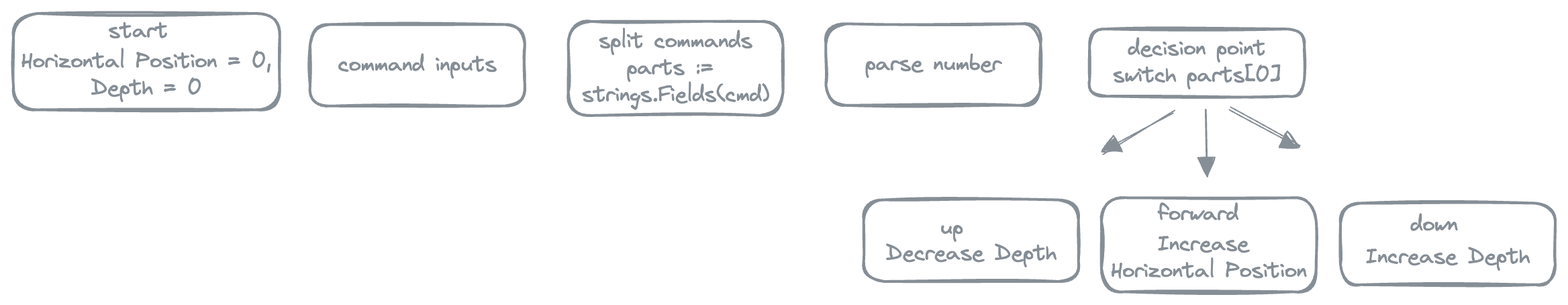
aztfmods/go-advents keeps this Excalidraw diagram as coordinates-dive/Untitled-2023-12-25-0955.png. Above is the earlier version. Source tidied: one line per element, renumbered; positions are measured from the earlier drawing's top-left corner, leaving out a move shared by most shapes. Its diagram source:
```json
{"id": 0, "type": "rectangle", "strokeColor": "#868e96", "strokeWidth": 2, "roughness": 1, "round": true, "x": 0, "y": 0, "width": 198, "height": 72}
{"id": 1, "type": "text", "text": "\nHorizontal Position = 0,\nDepth = 0", "strokeColor": "#868e96", "strokeWidth": 2, "roughness": 1, "fontSize": 16, "fontFamily": 1, "textAlign": "center", "verticalAlign": "middle", "inside": 0, "x": 6, "y": 6, "width": 187, "height": 60}
{"id": 2, "type": "rectangle", "strokeColor": "#868e96", "strokeWidth": 2, "roughness": 1, "round": true, "x": 221, "y": 8, "width": 160, "height": 61}
{"id": 3, "type": "text", "text": "command inputs", "strokeColor": "#868e96", "strokeWidth": 2, "roughness": 1, "fontSize": 16, "fontFamily": 1, "textAlign": "center", "verticalAlign": "middle", "inside": 2, "x": 242, "y": 29, "width": 118, "height": 20}
{"id": 4, "type": "rectangle", "strokeColor": "#868e96", "strokeWidth": 2, "roughness": 1, "round": true, "x": 413, "y": 6, "width": 160, "height": 70}
{"id": 5, "type": "text", "text": "split commands\nparts := \nstrings.Fields(cmd)", "strokeColor": "#868e96", "strokeWidth": 2, "roughness": 1, "fontSize": 16, "fontFamily": 1, "textAlign": "center", "verticalAlign": "middle", "inside": 4, "x": 424, "y": 11, "width": 139, "height": 60}
{"id": 6, "type": "rectangle", "strokeColor": "#868e96", "strokeWidth": 2, "roughness": 1, "round": true, "x": 605, "y": 8, "width": 160, "height": 61}
{"id": 7, "type": "text", "text": "parse number", "strokeColor": "#868e96", "strokeWidth": 2, "roughness": 1, "fontSize": 16, "fontFamily": 1, "textAlign": "center", "verticalAlign": "middle", "inside": 6, "x": 635, "y": 28, "width": 101, "height": 20}
{"id": 8, "type": "rectangle", "strokeColor": "#868e96", "strokeWidth": 2, "roughness": 1, "round": true, "x": 802, "y": 12, "width": 160, "height": 50}
{"id": 9, "type": "text", "text": "decision point\nswitch parts[0]", "strokeColor": "#868e96", "strokeWidth": 2, "roughness": 1, "fontSize": 16, "fontFamily": 1, "textAlign": "center", "verticalAlign": "middle", "inside": 8, "x": 819, "y": 17, "width": 125, "height": 40}
{"id": 10, "type": "arrow", "strokeColor": "#868e96", "strokeWidth": 1, "roughness": 1, "endArrowhead": "triangle", "round": true, "from": 8, "x": 906, "y": 71, "width": 52, "height": 28, "points": [[0, 0], [52, 28]]}
{"id": 11, "type": "arrow", "strokeColor": "#868e96", "strokeWidth": 1, "roughness": 1, "endArrowhead": "triangle", "round": true, "from": 8, "to": 12, "x": 888, "y": 71, "width": 1, "height": 50, "points": [[0, 0], [1, 50]]}
{"id": 12, "type": "rectangle", "strokeColor": "#868e96", "strokeWidth": 2, "roughness": 1, "round": true, "x": 810, "y": 137, "width": 160, "height": 70}
{"id": 13, "type": "text", "text": "\nIncrease \nHorizontal Position", "strokeColor": "#868e96", "strokeWidth": 2, "roughness": 1, "fontSize": 16, "fontFamily": 1, "textAlign": "center", "verticalAlign": "middle", "inside": 12, "x": 817, "y": 142, "width": 146, "height": 60}
{"id": 14, "type": "rectangle", "strokeColor": "#868e96", "strokeWidth": 2, "roughness": 1, "round": true, "x": 989, "y": 141, "width": 160, "height": 61}
{"id": 15, "type": "text", "text": "\nIncrease Depth", "strokeColor": "#868e96", "strokeWidth": 2, "roughness": 1, "fontSize": 16, "fontFamily": 1, "textAlign": "center", "verticalAlign": "middle", "inside": 14, "x": 1007, "y": 152, "width": 122, "height": 40}
{"id": 16, "type": "rectangle", "strokeColor": "#868e96", "strokeWidth": 2, "roughness": 1, "round": true, "x": 633, "y": 139, "width": 160, "height": 61}
{"id": 17, "type": "text", "text": "\nDecrease Depth", "strokeColor": "#868e96", "strokeWidth": 2, "roughness": 1, "fontSize": 16, "fontFamily": 1, "textAlign": "center", "verticalAlign": "middle", "inside": 16, "x": 650, "y": 149, "width": 127, "height": 40}
{"id": 18, "type": "text", "text": "forward", "strokeColor": "#868e96", "strokeWidth": 1, "roughness": 1, "fontSize": 16, "fontFamily": 1, "x": 853, "y": 139, "width": 60, "height": 20}
{"id": 19, "type": "text", "text": "up", "strokeColor": "#868e96", "strokeWidth": 1, "roughness": 1, "fontSize": 16, "fontFamily": 1, "x": 691, "y": 150, "width": 17, "height": 20}
{"id": 20, "type": "text", "text": "down", "strokeColor": "#868e96", "strokeWidth": 1, "roughness": 1, "fontSize": 16, "fontFamily": 1, "x": 1041, "y": 147, "width": 35, "height": 20}
{"id": 21, "type": "arrow", "strokeColor": "#868e96", "strokeWidth": 1, "roughness": 1, "endArrowhead": "triangle", "round": true, "from": 8, "x": 865, "y": 73, "width": 53, "height": 32, "points": [[0, 0], [-53, 32]]}
{"id": 22, "type": "text", "text": "start", "strokeColor": "#868e96", "strokeWidth": 1, "roughness": 1, "fontSize": 16, "fontFamily": 1, "x": 71, "y": 4, "width": 44, "height": 20}
```
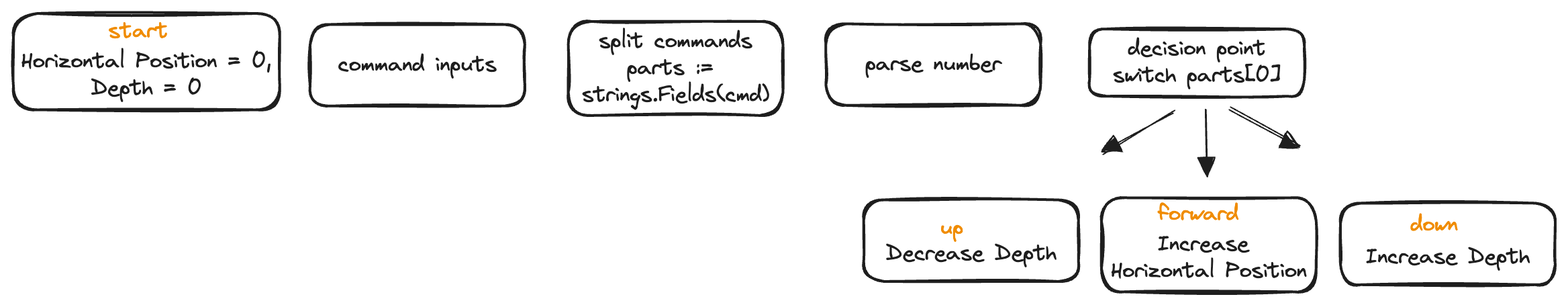
After the commit.

Commit message:
add another one

Diff of the diagram source:
```diff
@@ -1,23 +1,23 @@
-{"id": 0, "type": "rectangle", "strokeColor": "#868e96", "strokeWidth": 2, "roughness": 1, "round": true, "x": 0, "y": 0, "width": 198, "height": 72}
+{"id": 0, "type": "rectangle", "strokeColor": "#1e1e1e", "strokeWidth": 2, "roughness": 1, "round": true, "x": 0, "y": 0, "width": 198, "height": 72}
-{"id": 1, "type": "text", "text": "\nHorizontal Position = 0,\nDepth = 0", "strokeColor": "#868e96", "strokeWidth": 2, "roughness": 1, "fontSize": 16, "fontFamily": 1, "textAlign": "center", "verticalAlign": "middle", "inside": 0, "x": 6, "y": 6, "width": 187, "height": 60}
+{"id": 1, "type": "text", "text": "\nHorizontal Position = 0,\nDepth = 0", "strokeColor": "#1e1e1e", "strokeWidth": 2, "roughness": 1, "fontSize": 16, "fontFamily": 1, "textAlign": "center", "verticalAlign": "middle", "inside": 0, "x": 6, "y": 6, "width": 187, "height": 60}
-{"id": 2, "type": "rectangle", "strokeColor": "#868e96", "strokeWidth": 2, "roughness": 1, "round": true, "x": 221, "y": 8, "width": 160, "height": 61}
+{"id": 2, "type": "rectangle", "strokeColor": "#1e1e1e", "strokeWidth": 2, "roughness": 1, "round": true, "x": 221, "y": 8, "width": 160, "height": 61}
-{"id": 3, "type": "text", "text": "command inputs", "strokeColor": "#868e96", "strokeWidth": 2, "roughness": 1, "fontSize": 16, "fontFamily": 1, "textAlign": "center", "verticalAlign": "middle", "inside": 2, "x": 242, "y": 29, "width": 118, "height": 20}
+{"id": 3, "type": "text", "text": "command inputs", "strokeColor": "#1e1e1e", "strokeWidth": 2, "roughness": 1, "fontSize": 16, "fontFamily": 1, "textAlign": "center", "verticalAlign": "middle", "inside": 2, "x": 242, "y": 29, "width": 118, "height": 20}
-{"id": 4, "type": "rectangle", "strokeColor": "#868e96", "strokeWidth": 2, "roughness": 1, "round": true, "x": 413, "y": 6, "width": 160, "height": 70}
+{"id": 4, "type": "rectangle", "strokeColor": "#1e1e1e", "strokeWidth": 2, "roughness": 1, "round": true, "x": 413, "y": 6, "width": 160, "height": 70}
-{"id": 5, "type": "text", "text": "split commands\nparts := \nstrings.Fields(cmd)", "strokeColor": "#868e96", "strokeWidth": 2, "roughness": 1, "fontSize": 16, "fontFamily": 1, "textAlign": "center", "verticalAlign": "middle", "inside": 4, "x": 424, "y": 11, "width": 139, "height": 60}
+{"id": 5, "type": "text", "text": "split commands\nparts := \nstrings.Fields(cmd)", "strokeColor": "#1e1e1e", "strokeWidth": 2, "roughness": 1, "fontSize": 16, "fontFamily": 1, "textAlign": "center", "verticalAlign": "middle", "inside": 4, "x": 424, "y": 11, "width": 139, "height": 60}
-{"id": 6, "type": "rectangle", "strokeColor": "#868e96", "strokeWidth": 2, "roughness": 1, "round": true, "x": 605, "y": 8, "width": 160, "height": 61}
+{"id": 6, "type": "rectangle", "strokeColor": "#1e1e1e", "strokeWidth": 2, "roughness": 1, "round": true, "x": 605, "y": 8, "width": 160, "height": 61}
-{"id": 7, "type": "text", "text": "parse number", "strokeColor": "#868e96", "strokeWidth": 2, "roughness": 1, "fontSize": 16, "fontFamily": 1, "textAlign": "center", "verticalAlign": "middle", "inside": 6, "x": 635, "y": 28, "width": 101, "height": 20}
+{"id": 7, "type": "text", "text": "parse number", "strokeColor": "#1e1e1e", "strokeWidth": 2, "roughness": 1, "fontSize": 16, "fontFamily": 1, "textAlign": "center", "verticalAlign": "middle", "inside": 6, "x": 635, "y": 28, "width": 101, "height": 20}
-{"id": 8, "type": "rectangle", "strokeColor": "#868e96", "strokeWidth": 2, "roughness": 1, "round": true, "x": 802, "y": 12, "width": 160, "height": 50}
+{"id": 8, "type": "rectangle", "strokeColor": "#1e1e1e", "strokeWidth": 2, "roughness": 1, "round": true, "x": 802, "y": 12, "width": 160, "height": 50}
-{"id": 9, "type": "text", "text": "decision point\nswitch parts[0]", "strokeColor": "#868e96", "strokeWidth": 2, "roughness": 1, "fontSize": 16, "fontFamily": 1, "textAlign": "center", "verticalAlign": "middle", "inside": 8, "x": 819, "y": 17, "width": 125, "height": 40}
+{"id": 9, "type": "text", "text": "decision point\nswitch parts[0]", "strokeColor": "#1e1e1e", "strokeWidth": 2, "roughness": 1, "fontSize": 16, "fontFamily": 1, "textAlign": "center", "verticalAlign": "middle", "inside": 8, "x": 819, "y": 17, "width": 125, "height": 40}
-{"id": 10, "type": "arrow", "strokeColor": "#868e96", "strokeWidth": 1, "roughness": 1, "endArrowhead": "triangle", "round": true, "from": 8, "x": 906, "y": 71, "width": 52, "height": 28, "points": [[0, 0], [52, 28]]}
+{"id": 10, "type": "arrow", "strokeColor": "#1e1e1e", "strokeWidth": 1, "roughness": 1, "endArrowhead": "triangle", "round": true, "from": 8, "x": 906, "y": 71, "width": 52, "height": 28, "points": [[0, 0], [52, 28]]}
-{"id": 11, "type": "arrow", "strokeColor": "#868e96", "strokeWidth": 1, "roughness": 1, "endArrowhead": "triangle", "round": true, "from": 8, "to": 12, "x": 888, "y": 71, "width": 1, "height": 50, "points": [[0, 0], [1, 50]]}
+{"id": 11, "type": "arrow", "strokeColor": "#1e1e1e", "strokeWidth": 1, "roughness": 1, "endArrowhead": "triangle", "round": true, "from": 8, "to": 12, "x": 888, "y": 71, "width": 1, "height": 50, "points": [[0, 0], [1, 50]]}
-{"id": 12, "type": "rectangle", "strokeColor": "#868e96", "strokeWidth": 2, "roughness": 1, "round": true, "x": 810, "y": 137, "width": 160, "height": 70}
+{"id": 12, "type": "rectangle", "strokeColor": "#1e1e1e", "strokeWidth": 2, "roughness": 1, "round": true, "x": 810, "y": 137, "width": 160, "height": 70}
-{"id": 13, "type": "text", "text": "\nIncrease \nHorizontal Position", "strokeColor": "#868e96", "strokeWidth": 2, "roughness": 1, "fontSize": 16, "fontFamily": 1, "textAlign": "center", "verticalAlign": "middle", "inside": 12, "x": 817, "y": 142, "width": 146, "height": 60}
+{"id": 13, "type": "text", "text": "\nIncrease \nHorizontal Position", "strokeColor": "#1e1e1e", "strokeWidth": 2, "roughness": 1, "fontSize": 16, "fontFamily": 1, "textAlign": "center", "verticalAlign": "middle", "inside": 12, "x": 817, "y": 142, "width": 146, "height": 60}
-{"id": 14, "type": "rectangle", "strokeColor": "#868e96", "strokeWidth": 2, "roughness": 1, "round": true, "x": 989, "y": 141, "width": 160, "height": 61}
+{"id": 14, "type": "rectangle", "strokeColor": "#1e1e1e", "strokeWidth": 2, "roughness": 1, "round": true, "x": 989, "y": 141, "width": 160, "height": 61}
-{"id": 15, "type": "text", "text": "\nIncrease Depth", "strokeColor": "#868e96", "strokeWidth": 2, "roughness": 1, "fontSize": 16, "fontFamily": 1, "textAlign": "center", "verticalAlign": "middle", "inside": 14, "x": 1007, "y": 152, "width": 122, "height": 40}
+{"id": 15, "type": "text", "text": "\nIncrease Depth", "strokeColor": "#1e1e1e", "strokeWidth": 2, "roughness": 1, "fontSize": 16, "fontFamily": 1, "textAlign": "center", "verticalAlign": "middle", "inside": 14, "x": 1007, "y": 152, "width": 122, "height": 40}
-{"id": 16, "type": "rectangle", "strokeColor": "#868e96", "strokeWidth": 2, "roughness": 1, "round": true, "x": 633, "y": 139, "width": 160, "height": 61}
+{"id": 16, "type": "rectangle", "strokeColor": "#1e1e1e", "strokeWidth": 2, "roughness": 1, "round": true, "x": 633, "y": 139, "width": 160, "height": 61}
-{"id": 17, "type": "text", "text": "\nDecrease Depth", "strokeColor": "#868e96", "strokeWidth": 2, "roughness": 1, "fontSize": 16, "fontFamily": 1, "textAlign": "center", "verticalAlign": "middle", "inside": 16, "x": 650, "y": 149, "width": 127, "height": 40}
+{"id": 17, "type": "text", "text": "\nDecrease Depth", "strokeColor": "#1e1e1e", "strokeWidth": 2, "roughness": 1, "fontSize": 16, "fontFamily": 1, "textAlign": "center", "verticalAlign": "middle", "inside": 16, "x": 650, "y": 149, "width": 127, "height": 40}
-{"id": 18, "type": "text", "text": "forward", "strokeColor": "#868e96", "strokeWidth": 1, "roughness": 1, "fontSize": 16, "fontFamily": 1, "x": 853, "y": 139, "width": 60, "height": 20}
+{"id": 18, "type": "text", "text": "forward", "strokeColor": "#f08c00", "strokeWidth": 1, "roughness": 1, "fontSize": 16, "fontFamily": 1, "x": 853, "y": 139, "width": 60, "height": 20}
-{"id": 19, "type": "text", "text": "up", "strokeColor": "#868e96", "strokeWidth": 1, "roughness": 1, "fontSize": 16, "fontFamily": 1, "x": 691, "y": 150, "width": 17, "height": 20}
+{"id": 19, "type": "text", "text": "up", "strokeColor": "#f08c00", "strokeWidth": 1, "roughness": 1, "fontSize": 16, "fontFamily": 1, "x": 691, "y": 150, "width": 17, "height": 20}
-{"id": 20, "type": "text", "text": "down", "strokeColor": "#868e96", "strokeWidth": 1, "roughness": 1, "fontSize": 16, "fontFamily": 1, "x": 1041, "y": 147, "width": 35, "height": 20}
+{"id": 20, "type": "text", "text": "down", "strokeColor": "#f08c00", "strokeWidth": 1, "roughness": 1, "fontSize": 16, "fontFamily": 1, "x": 1041, "y": 147, "width": 35, "height": 20}
-{"id": 21, "type": "arrow", "strokeColor": "#868e96", "strokeWidth": 1, "roughness": 1, "endArrowhead": "triangle", "round": true, "from": 8, "x": 865, "y": 73, "width": 53, "height": 32, "points": [[0, 0], [-53, 32]]}
+{"id": 21, "type": "arrow", "strokeColor": "#1e1e1e", "strokeWidth": 1, "roughness": 1, "endArrowhead": "triangle", "round": true, "from": 8, "x": 865, "y": 73, "width": 53, "height": 32, "points": [[0, 0], [-53, 32]]}
-{"id": 22, "type": "text", "text": "start", "strokeColor": "#868e96", "strokeWidth": 1, "roughness": 1, "fontSize": 16, "fontFamily": 1, "x": 71, "y": 4, "width": 44, "height": 20}
+{"id": 22, "type": "text", "text": "start", "strokeColor": "#f08c00", "strokeWidth": 1, "roughness": 1, "fontSize": 16, "fontFamily": 1, "x": 71, "y": 4, "width": 44, "height": 20}
```
